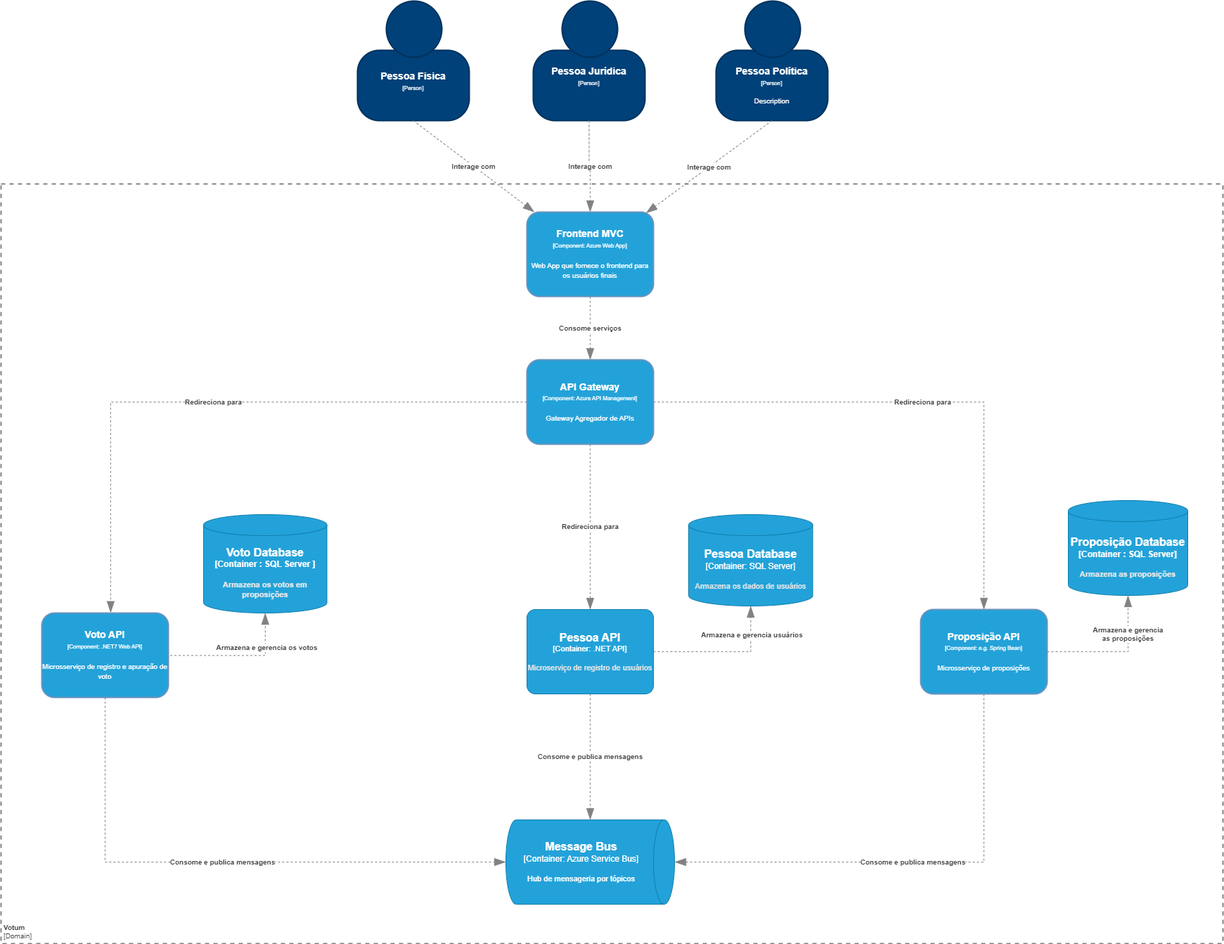
braz-vinicius/votum keeps this draw.io diagram as docs/Architecture Model.png. Above is the earlier version. Source tidied: cells renumbered, new cells last; positions are measured from the earlier drawing's top-left corner, leaving out a move shared by most shapes.
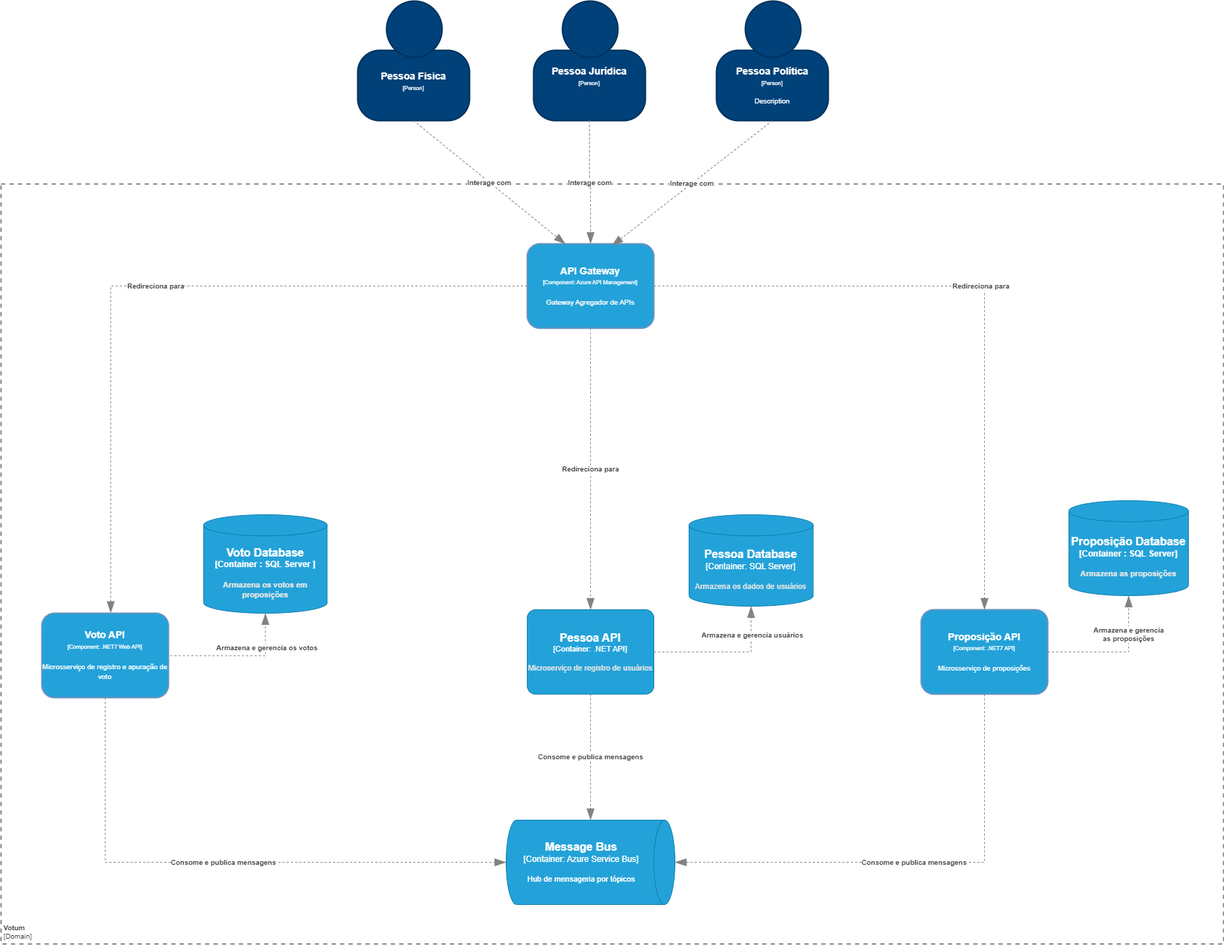
The same file after the commit.

Diff of the diagram source:
```diff
@@ -7,17 +7,12 @@
         <mxGeometry y="260" width="1738" height="1080" as="geometry" />
       </mxCell>
     </object>
-    <object id="3" label="&lt;div&gt;&lt;span style=&quot;font-size: 14px&quot;&gt;&lt;b&gt;%name%&lt;/b&gt;&lt;/span&gt;&lt;/div&gt;&lt;div&gt;&lt;span style=&quot;font-size: 8px&quot;&gt;[Component: %technology%]&lt;/span&gt;&lt;/div&gt;&lt;div&gt;&lt;span style=&quot;font-size: 8px&quot;&gt;&lt;br&gt;&lt;/span&gt;&lt;/div&gt;&lt;div&gt;&lt;font size=&quot;1&quot;&gt;%description%&lt;/font&gt;&lt;/div&gt;" description="Web App que fornece o frontend para os usuários finais" name="Frontend MVC" placeholders="1" technology="Azure Web App">
-      <mxCell style="rounded=1;whiteSpace=wrap;html=1;fillColor=#23A2D9;fontColor=#FFFFFF;strokeColor=#6992BD;strokeWidth=2;" parent="1" vertex="1">
-        <mxGeometry x="748" y="300" width="180" height="120" as="geometry" />
-      </mxCell>
-    </object>
     <object id="4" label="&lt;div&gt;&lt;span style=&quot;font-size: 14px&quot;&gt;&lt;b&gt;%name%&lt;/b&gt;&lt;/span&gt;&lt;/div&gt;&lt;div&gt;&lt;span style=&quot;font-size: 8px&quot;&gt;[Component: %technology%]&lt;/span&gt;&lt;/div&gt;&lt;div&gt;&lt;span style=&quot;font-size: 8px&quot;&gt;&lt;br&gt;&lt;/span&gt;&lt;/div&gt;&lt;div&gt;&lt;font size=&quot;1&quot;&gt;%description%&lt;/font&gt;&lt;/div&gt;" description="Microsserviço de registro e apuração de voto" name="Voto API" placeholders="1" technology=".NET7 Web API">
       <mxCell style="rounded=1;whiteSpace=wrap;html=1;fillColor=#23A2D9;fontColor=#FFFFFF;strokeColor=#6992BD;strokeWidth=2;" parent="1" vertex="1">
         <mxGeometry x="58" y="870" width="180" height="120" as="geometry" />
       </mxCell>
     </object>
-    <object id="5" label="&lt;div&gt;&lt;span style=&quot;font-size: 14px&quot;&gt;&lt;b&gt;%name%&lt;/b&gt;&lt;/span&gt;&lt;/div&gt;&lt;div&gt;&lt;span style=&quot;font-size: 8px&quot;&gt;[Component: %technology%]&lt;/span&gt;&lt;/div&gt;&lt;div&gt;&lt;span style=&quot;font-size: 8px&quot;&gt;&lt;br&gt;&lt;/span&gt;&lt;/div&gt;&lt;div&gt;&lt;font size=&quot;1&quot;&gt;%description%&lt;/font&gt;&lt;/div&gt;" description="Microsserviço de proposições" name="Proposição API" placeholders="1" technology="e.g. Spring Bean">
+    <object id="5" label="&lt;div&gt;&lt;span style=&quot;font-size: 14px&quot;&gt;&lt;b&gt;%name%&lt;/b&gt;&lt;/span&gt;&lt;/div&gt;&lt;div&gt;&lt;span style=&quot;font-size: 8px&quot;&gt;[Component: %technology%]&lt;/span&gt;&lt;/div&gt;&lt;div&gt;&lt;span style=&quot;font-size: 8px&quot;&gt;&lt;br&gt;&lt;/span&gt;&lt;/div&gt;&lt;div&gt;&lt;font size=&quot;1&quot;&gt;%description%&lt;/font&gt;&lt;/div&gt;" description="Microsserviço de proposições" name="Proposição API" placeholders="1" technology=".NET7 API">
       <mxCell style="rounded=1;whiteSpace=wrap;html=1;fillColor=#23A2D9;fontColor=#FFFFFF;strokeColor=#6992BD;strokeWidth=2;" parent="1" vertex="1">
         <mxGeometry x="1308" y="865" width="180" height="120" as="geometry" />
       </mxCell>
@@ -109,27 +104,22 @@
       <mxGeometry x="40" width="79" height="80" as="geometry" />
     </mxCell>
     <object id="24" label="&lt;div style=&quot;text-align: left&quot;&gt;&lt;div style=&quot;text-align: center&quot;&gt;&lt;b&gt;%c4Description%&lt;/b&gt;&lt;/div&gt;" c4Description="Interage com" c4Type="Relationship" placeholders="1">
-      <mxCell style="endArrow=blockThin;html=1;fontSize=10;fontColor=#404040;strokeWidth=1;endFill=1;strokeColor=#828282;elbow=vertical;endSize=14;startSize=14;jumpStyle=arc;jumpSize=16;rounded=0;dashed=1;exitX=0.5;exitY=1;exitDx=0;exitDy=0;" parent="1" edge="1" source="7" target="3">
+      <mxCell style="endArrow=blockThin;html=1;fontSize=10;fontColor=#404040;strokeWidth=1;endFill=1;strokeColor=#828282;elbow=vertical;endSize=14;startSize=14;jumpStyle=arc;jumpSize=16;rounded=0;dashed=1;exitX=0.5;exitY=1;exitDx=0;exitDy=0;entryX=0.302;entryY=0.004;entryDx=0;entryDy=0;entryPerimeter=0;" parent="1" edge="1" source="7" target="26">
         <mxGeometry relative="1" as="geometry" />
       </mxCell>
     </object>
     <object id="25" label="&lt;div style=&quot;text-align: left&quot;&gt;&lt;div style=&quot;text-align: center&quot;&gt;&lt;b&gt;%c4Description%&lt;/b&gt;&lt;/div&gt;" c4Description="Interage com" c4Type="Relationship" placeholders="1">
-      <mxCell style="endArrow=blockThin;html=1;fontSize=10;fontColor=#404040;strokeWidth=1;endFill=1;strokeColor=#828282;elbow=vertical;endSize=14;startSize=14;jumpStyle=arc;jumpSize=16;rounded=0;edgeStyle=orthogonalEdgeStyle;dashed=1;exitX=0.5;exitY=1;exitDx=0;exitDy=0;" parent="1" edge="1" source="19" target="3">
+      <mxCell style="endArrow=blockThin;html=1;fontSize=10;fontColor=#404040;strokeWidth=1;endFill=1;strokeColor=#828282;elbow=vertical;endSize=14;startSize=14;jumpStyle=arc;jumpSize=16;rounded=0;edgeStyle=orthogonalEdgeStyle;dashed=1;exitX=0.5;exitY=1;exitDx=0;exitDy=0;" parent="1" edge="1" source="19" target="26">
         <mxGeometry relative="1" as="geometry" />
       </mxCell>
     </object>
     <object id="26" label="&lt;div&gt;&lt;span style=&quot;font-size: 14px&quot;&gt;&lt;b&gt;%name%&lt;/b&gt;&lt;/span&gt;&lt;/div&gt;&lt;div&gt;&lt;span style=&quot;font-size: 8px&quot;&gt;[Component: %technology%]&lt;/span&gt;&lt;/div&gt;&lt;div&gt;&lt;span style=&quot;font-size: 8px&quot;&gt;&lt;br&gt;&lt;/span&gt;&lt;/div&gt;&lt;div&gt;&lt;font size=&quot;1&quot;&gt;%description%&lt;/font&gt;&lt;/div&gt;" description="Gateway Agregador de APIs" name="API Gateway" placeholders="1" technology="Azure API Management">
       <mxCell style="rounded=1;whiteSpace=wrap;html=1;fillColor=#23A2D9;fontColor=#FFFFFF;strokeColor=#6992BD;strokeWidth=2;" parent="1" vertex="1">
-        <mxGeometry x="748" y="510" width="180" height="120" as="geometry" />
+        <mxGeometry x="748" y="345" width="180" height="120" as="geometry" />
       </mxCell>
     </object>
-    <object id="27" label="&lt;div style=&quot;text-align: left&quot;&gt;&lt;div style=&quot;text-align: center&quot;&gt;&lt;b&gt;%c4Description%&lt;/b&gt;&lt;/div&gt;" c4Description="Consome serviços" c4Type="Relationship" placeholders="1">
-      <mxCell style="endArrow=blockThin;html=1;fontSize=10;fontColor=#404040;strokeWidth=1;endFill=1;strokeColor=#828282;elbow=vertical;endSize=14;startSize=14;jumpStyle=arc;jumpSize=16;rounded=0;edgeStyle=orthogonalEdgeStyle;dashed=1;exitX=0.5;exitY=1;exitDx=0;exitDy=0;entryX=0.5;entryY=0;entryDx=0;entryDy=0;" parent="1" edge="1" source="3" target="26">
-        <mxGeometry relative="1" as="geometry" />
-      </mxCell>
-    </object>
     <object id="28" label="&lt;div style=&quot;text-align: left&quot;&gt;&lt;div style=&quot;text-align: center&quot;&gt;&lt;b&gt;%c4Description%&lt;/b&gt;&lt;/div&gt;" c4Description="Interage com" c4Type="Relationship" placeholders="1">
-      <mxCell style="endArrow=blockThin;html=1;fontSize=10;fontColor=#404040;strokeWidth=1;endFill=1;strokeColor=#828282;elbow=vertical;endSize=14;startSize=14;jumpStyle=arc;jumpSize=16;rounded=0;dashed=1;exitX=0.5;exitY=1;exitDx=0;exitDy=0;entryX=0.941;entryY=0.012;entryDx=0;entryDy=0;entryPerimeter=0;" parent="1" edge="1" source="22" target="3">
+      <mxCell style="endArrow=blockThin;html=1;fontSize=10;fontColor=#404040;strokeWidth=1;endFill=1;strokeColor=#828282;elbow=vertical;endSize=14;startSize=14;jumpStyle=arc;jumpSize=16;rounded=0;dashed=1;exitX=0.5;exitY=1;exitDx=0;exitDy=0;entryX=0.667;entryY=0.025;entryDx=0;entryDy=0;entryPerimeter=0;" parent="1" edge="1" source="22" target="26">
         <mxGeometry relative="1" as="geometry" />
       </mxCell>
     </object>
```
